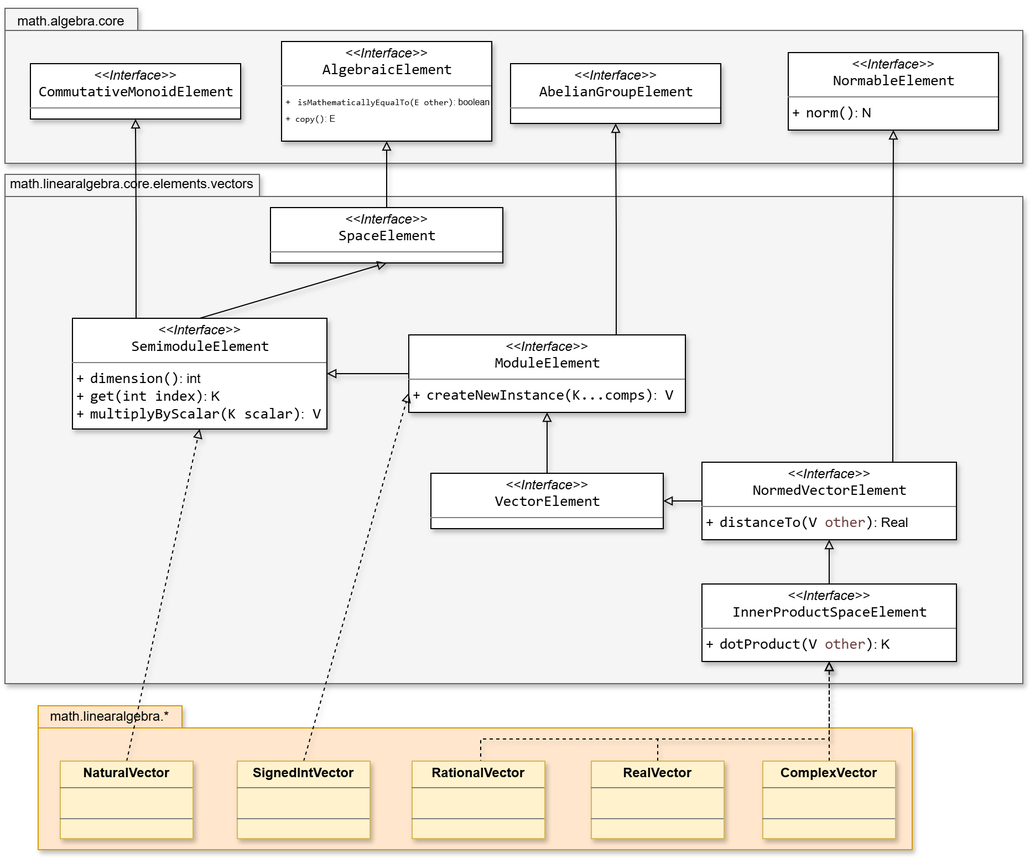
Earlier version of the draw.io export resources/SMFN-linearalgebra-vector-elements.drawio.png (gom9000/SMFN). Source tidied: cells renumbered, new cells last; positions are measured from the earlier drawing's top-left corner, leaving out a move shared by most shapes.
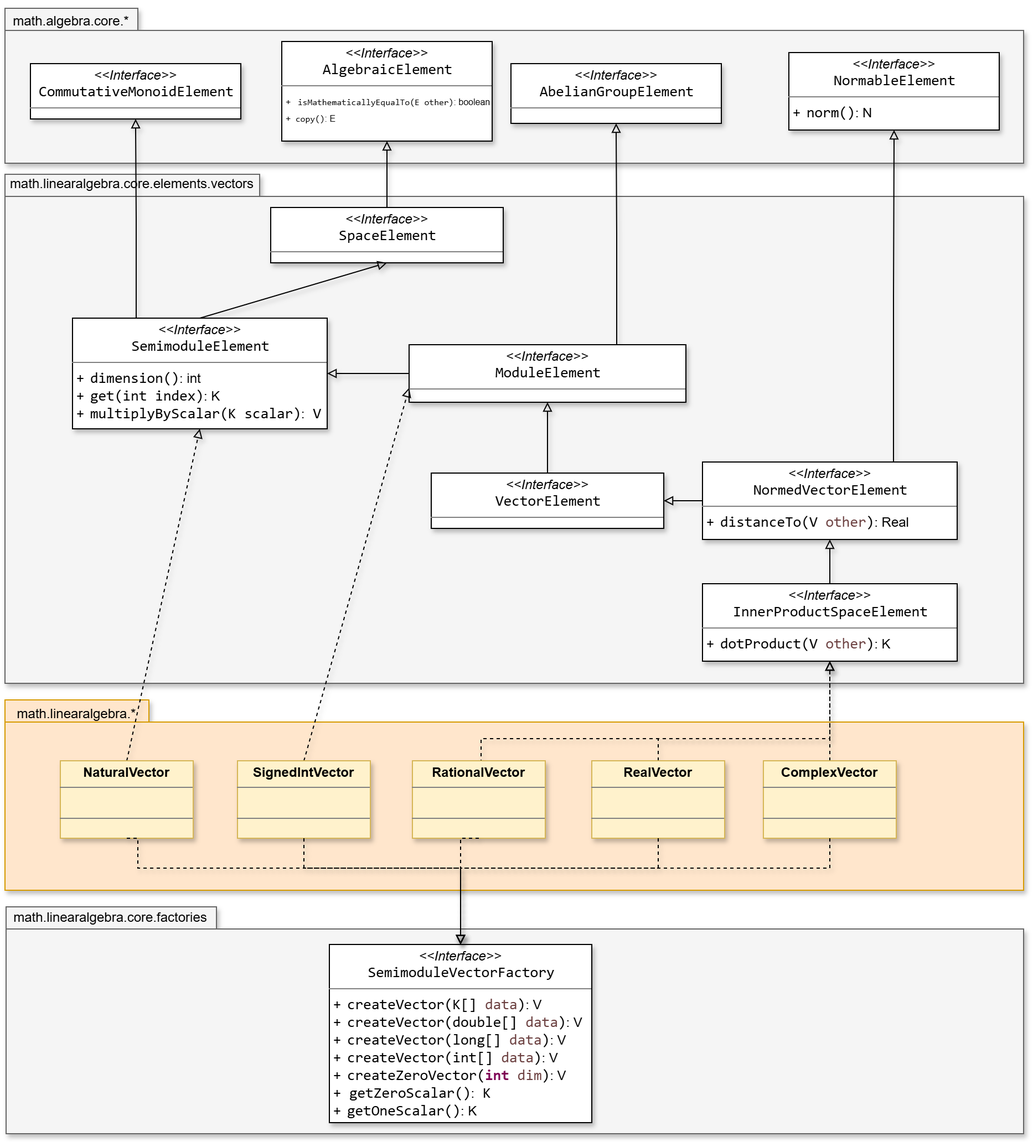
Above is the later version.

Diff of the diagram source:
```diff
@@ -9,7 +9,7 @@
       <mxGeometry y="3" width="920" height="140" as="geometry" />
     </mxCell>
     <mxCell id="4" style="shape=folder;fontStyle=1;spacingTop=10;tabWidth=130;tabHeight=20;tabPosition=left;html=1;whiteSpace=wrap;fillColor=#ffe6cc;strokeColor=#d79b00;shadow=1;" parent="1" vertex="1">
-      <mxGeometry x="30" y="633" width="790" height="130" as="geometry" />
+      <mxGeometry y="628" width="920" height="172" as="geometry" />
     </mxCell>
     <mxCell id="5" style="edgeStyle=orthogonalEdgeStyle;rounded=0;jettySize=auto;html=1;exitX=0.5;exitY=0;exitDx=0;exitDy=0;entryX=0.5;entryY=1;entryDx=0;entryDy=0;endArrow=block;endFill=0;shadow=1;" parent="1" edge="1" source="6" target="7">
       <mxGeometry relative="1" as="geometry" />
@@ -38,8 +38,8 @@
     <mxCell id="13" style="edgeStyle=orthogonalEdgeStyle;rounded=0;jettySize=auto;html=1;exitX=0;exitY=0.5;exitDx=0;exitDy=0;entryX=1;entryY=0.5;entryDx=0;entryDy=0;strokeColor=default;align=center;verticalAlign=middle;fontFamily=Helvetica;fontSize=11;fontColor=default;labelBackgroundColor=default;endArrow=block;endFill=0;shadow=1;" parent="1" edge="1" source="14" target="10">
       <mxGeometry relative="1" as="geometry" />
     </mxCell>
-    <mxCell id="14" value="&lt;p style=&quot;margin:0px;margin-top:4px;text-align:center;&quot;&gt;&lt;i&gt;&amp;lt;&amp;lt;Interface&amp;gt;&amp;gt;&lt;/i&gt;&lt;br&gt;&lt;span style=&quot;padding: 0px 0px 0px 2px;&quot;&gt;&lt;span style=&quot;font-family: Consolas; font-size: 10pt; white-space: pre;&quot;&gt;&lt;span style=&quot;&quot;&gt;ModuleElement&lt;/span&gt;&lt;/span&gt;&lt;/span&gt;&lt;/p&gt;&lt;hr size=&quot;1&quot; style=&quot;border-style:solid;&quot;&gt;&lt;p style=&quot;margin:0px;margin-left:4px;&quot;&gt;&lt;/p&gt;&lt;p style=&quot;margin:0px;margin-left:4px;&quot;&gt;&lt;span style=&quot;background-color: transparent; color: light-dark(rgb(0, 0, 0), rgb(255, 255, 255));&quot;&gt;+&amp;nbsp;&lt;/span&gt;&lt;span style=&quot;color: light-dark(rgb(0, 0, 0), rgb(255, 255, 255)); background-color: rgb(255, 255, 255); padding: 0px 0px 0px 2px;&quot;&gt;&lt;span style=&quot;font-family: Consolas; font-size: 10pt; white-space-collapse: preserve;&quot;&gt;createNewInstance(K...comps)&lt;/span&gt;&lt;/span&gt;&lt;span style=&quot;background-color: transparent; color: light-dark(rgb(0, 0, 0), rgb(255, 255, 255)); font-family: Consolas; font-size: 10pt; white-space: pre;&quot;&gt;&lt;span style=&quot;font-family: Helvetica; font-size: 12px; white-space: normal;&quot;&gt;:&lt;/span&gt; V&lt;/span&gt;&lt;/p&gt;" style="verticalAlign=top;align=left;overflow=fill;html=1;whiteSpace=wrap;labelBackgroundColor=none;shadow=1;" parent="1" vertex="1">
-      <mxGeometry x="365" y="298" width="250" height="70" as="geometry" />
+    <mxCell id="14" value="&lt;p style=&quot;margin:0px;margin-top:4px;text-align:center;&quot;&gt;&lt;i&gt;&amp;lt;&amp;lt;Interface&amp;gt;&amp;gt;&lt;/i&gt;&lt;br&gt;&lt;span style=&quot;padding: 0px 0px 0px 2px;&quot;&gt;&lt;span style=&quot;font-family: Consolas; font-size: 10pt; white-space: pre;&quot;&gt;&lt;span style=&quot;&quot;&gt;ModuleElement&lt;/span&gt;&lt;/span&gt;&lt;/span&gt;&lt;/p&gt;&lt;hr size=&quot;1&quot; style=&quot;border-style:solid;&quot;&gt;&lt;p style=&quot;margin:0px;margin-left:4px;&quot;&gt;&lt;/p&gt;&lt;p style=&quot;margin:0px;margin-left:4px;&quot;&gt;&lt;br&gt;&lt;/p&gt;" style="verticalAlign=top;align=left;overflow=fill;html=1;whiteSpace=wrap;labelBackgroundColor=none;shadow=1;" parent="1" vertex="1">
+      <mxGeometry x="365" y="307" width="250" height="52" as="geometry" />
     </mxCell>
     <mxCell id="15" value="&lt;p style=&quot;margin:0px;margin-top:4px;text-align:center;&quot;&gt;&lt;i&gt;&amp;lt;&amp;lt;Interface&amp;gt;&amp;gt;&lt;/i&gt;&lt;br&gt;&lt;span style=&quot;padding: 0px 0px 0px 2px;&quot;&gt;&lt;span style=&quot;font-family: Consolas; font-size: 10pt; white-space: pre;&quot;&gt;&lt;span style=&quot;&quot;&gt;AbelianGroupElement&lt;/span&gt;&lt;/span&gt;&lt;/span&gt;&lt;/p&gt;&lt;hr size=&quot;1&quot; style=&quot;border-style:solid;&quot;&gt;&lt;p style=&quot;margin:0px;margin-left:4px;&quot;&gt;&lt;/p&gt;&lt;p style=&quot;margin:0px;margin-left:4px;&quot;&gt;&lt;br&gt;&lt;/p&gt;" style="verticalAlign=top;align=left;overflow=fill;html=1;whiteSpace=wrap;labelBackgroundColor=none;shadow=1;" parent="1" vertex="1">
       <mxGeometry x="457" y="53" width="190" height="54" as="geometry" />
@@ -109,13 +109,62 @@
       <mxGeometry x="685" y="683" width="120" height="70" as="geometry" />
     </mxCell>
     <mxCell id="34" value="math.linearalgebra.*" style="text;html=1;whiteSpace=wrap;strokeColor=none;fillColor=none;align=center;verticalAlign=middle;rounded=0;shadow=1;" parent="1" vertex="1">
-      <mxGeometry x="40" y="628" width="110" height="30" as="geometry" />
+      <mxGeometry x="10" y="626" width="110" height="30" as="geometry" />
     </mxCell>
-    <mxCell id="35" value="math.algebra.core" style="text;html=1;whiteSpace=wrap;strokeColor=none;fillColor=none;align=center;verticalAlign=middle;rounded=0;shadow=1;" parent="1" vertex="1">
+    <mxCell id="35" value="math.algebra.core.*" style="text;html=1;whiteSpace=wrap;strokeColor=none;fillColor=none;align=center;verticalAlign=middle;rounded=0;shadow=1;" parent="1" vertex="1">
       <mxGeometry width="120" height="30" as="geometry" />
     </mxCell>
     <mxCell id="36" value="math.linearalgebra.core.elements.vectors" style="text;html=1;whiteSpace=wrap;strokeColor=none;fillColor=none;align=center;verticalAlign=middle;rounded=0;shadow=1;" parent="1" vertex="1">
       <mxGeometry y="147" width="230" height="30" as="geometry" />
     </mxCell>
+    <mxCell id="37" style="shape=folder;fontStyle=1;spacingTop=10;tabWidth=190;tabHeight=20;tabPosition=left;html=1;whiteSpace=wrap;fillColor=#f5f5f5;fontColor=#333333;strokeColor=#666666;shadow=1;" parent="1" vertex="1">
+      <mxGeometry x="1" y="815" width="919" height="205" as="geometry" />
+    </mxCell>
+    <mxCell id="38" value="&lt;p style=&quot;margin:0px;margin-top:4px;text-align:center;&quot;&gt;&lt;i&gt;&amp;lt;&amp;lt;Interface&amp;gt;&amp;gt;&lt;/i&gt;&lt;br&gt;&lt;span style=&quot;padding: 0px 0px 0px 2px;&quot;&gt;&lt;span style=&quot;font-family: Consolas; font-size: 10pt; white-space: pre;&quot;&gt;&lt;span style=&quot;&quot;&gt;SemimoduleVectorFactory&lt;/span&gt;&lt;/span&gt;&lt;/span&gt;&lt;/p&gt;&lt;hr size=&quot;1&quot; style=&quot;border-style:solid;&quot;&gt;&lt;p style=&quot;margin:0px;margin-left:4px;&quot;&gt;&lt;/p&gt;&lt;p style=&quot;margin:0px;margin-left:4px;&quot;&gt;+&amp;nbsp;&lt;span style=&quot;background-color:#ffffff;padding:0px 0px 0px 2px;&quot;&gt;&lt;span style=&quot;font-family: Consolas; font-size: 10pt; white-space: pre;&quot;&gt;createVector(K[] &lt;span style=&quot;color:#6a3e3e;&quot;&gt;data&lt;/span&gt;)&lt;/span&gt;&lt;/span&gt;: V&lt;/p&gt;&lt;p style=&quot;margin:0px;margin-left:4px;&quot;&gt;+&amp;nbsp;&lt;span style=&quot;background-color: rgb(255, 255, 255); padding: 0px 0px 0px 2px;&quot;&gt;&lt;span style=&quot;font-family: Consolas; font-size: 10pt; white-space: pre;&quot;&gt;createVector(double[] &lt;span style=&quot;color: rgb(106, 62, 62);&quot;&gt;data&lt;/span&gt;)&lt;/span&gt;&lt;/span&gt;: V&lt;/p&gt;&lt;p style=&quot;margin:0px;margin-left:4px;&quot;&gt;+&amp;nbsp;&lt;span style=&quot;background-color: rgb(255, 255, 255); padding: 0px 0px 0px 2px;&quot;&gt;&lt;span style=&quot;font-family: Consolas; font-size: 10pt; white-space: pre;&quot;&gt;createVector(long[] &lt;span style=&quot;color: rgb(106, 62, 62);&quot;&gt;data&lt;/span&gt;)&lt;/span&gt;&lt;/span&gt;: V&lt;/p&gt;&lt;p style=&quot;margin:0px;margin-left:4px;&quot;&gt;+&amp;nbsp;&lt;span style=&quot;background-color: rgb(255, 255, 255); padding: 0px 0px 0px 2px;&quot;&gt;&lt;span style=&quot;font-family: Consolas; font-size: 10pt; white-space: pre;&quot;&gt;createVector(int[] &lt;span style=&quot;color: rgb(106, 62, 62);&quot;&gt;data&lt;/span&gt;)&lt;/span&gt;&lt;/span&gt;: V&lt;/p&gt;&lt;p style=&quot;margin:0px;margin-left:4px;&quot;&gt;+&amp;nbsp;&lt;span style=&quot;padding: 0px 0px 0px 2px;&quot;&gt;&lt;span style=&quot;font-family: Consolas; font-size: 10pt; white-space: pre;&quot;&gt;&lt;span&gt;createZeroVector&lt;/span&gt;&lt;span style=&quot;background-color: rgb(255, 255, 255);&quot;&gt;(&lt;/span&gt;&lt;span style=&quot;background-color: rgb(255, 255, 255); color: rgb(127, 0, 85); font-weight: bold;&quot;&gt;int&lt;/span&gt;&lt;span style=&quot;background-color: rgb(255, 255, 255);&quot;&gt; &lt;font color=&quot;#6a3e3e&quot;&gt;dim&lt;/font&gt;&lt;/span&gt;&lt;span style=&quot;background-color: rgb(255, 255, 255);&quot;&gt;)&lt;/span&gt;&lt;/span&gt;&lt;/span&gt;: V&lt;/p&gt;&lt;p style=&quot;margin:0px;margin-left:4px;&quot;&gt;+&amp;nbsp;&lt;span style=&quot;padding: 0px 0px 0px 2px; background-color: rgb(255, 255, 255);&quot;&gt;&lt;span style=&quot;padding: 0px 0px 0px 2px;&quot;&gt;&lt;span style=&quot;font-family: Consolas; font-size: 10pt; white-space: pre;&quot;&gt;&lt;span&gt;getZeroScalar&lt;/span&gt;&lt;/span&gt;&lt;/span&gt;&lt;span style=&quot;background-color: rgb(255, 255, 255); font-family: Consolas; font-size: 10pt; white-space-collapse: preserve;&quot;&gt;()&lt;/span&gt;&lt;/span&gt;&lt;span style=&quot;background-color: light-dark(#ffffff, var(--ge-dark-color, #121212)); color: light-dark(rgb(0, 0, 0), rgb(255, 255, 255)); font-family: Consolas; font-size: 10pt; white-space: pre;&quot;&gt;&lt;span style=&quot;font-family: Helvetica; font-size: 12px; white-space: normal;&quot;&gt;:&lt;/span&gt; K&lt;/span&gt;&lt;font style=&quot;background-color: light-dark(#ffffff, var(--ge-dark-color, #121212));&quot; face=&quot;Consolas&quot;&gt;&lt;span style=&quot;font-size: 13.3333px; white-space: pre;&quot;&gt;&lt;br&gt;&lt;/span&gt;&lt;/font&gt;+&amp;nbsp;&lt;span style=&quot;padding: 0px 0px 0px 2px;&quot;&gt;&lt;span style=&quot;font-family: Consolas; font-size: 10pt; white-space: pre;&quot;&gt;&lt;span&gt;getOneScalar&lt;/span&gt;&lt;span&gt;()&lt;/span&gt;&lt;/span&gt;&lt;/span&gt;: K&lt;/p&gt;&lt;p style=&quot;margin:0px;margin-left:4px;&quot;&gt;&lt;span style=&quot;color: light-dark(rgb(0, 0, 0), rgb(255, 255, 255)); font-family: Consolas; font-size: 10pt; white-space: pre;&quot;&gt;&lt;br&gt;&lt;/span&gt;&lt;/p&gt;" style="verticalAlign=top;align=left;overflow=fill;html=1;whiteSpace=wrap;labelBackgroundColor=none;shadow=1;" parent="1" vertex="1">
+      <mxGeometry x="293" y="849" width="237" height="161" as="geometry" />
+    </mxCell>
+    <mxCell id="39" value="math.linearalgebra.core.factories" style="text;html=1;whiteSpace=wrap;strokeColor=none;fillColor=none;align=center;verticalAlign=middle;rounded=0;shadow=1;" parent="1" vertex="1">
+      <mxGeometry y="810" width="191" height="30" as="geometry" />
+    </mxCell>
+    <mxCell id="40" style="edgeStyle=orthogonalEdgeStyle;rounded=0;jettySize=auto;html=1;exitX=0.5;exitY=1;exitDx=0;exitDy=0;entryX=0.5;entryY=0;entryDx=0;entryDy=0;shadow=1;dashed=1;strokeColor=default;align=center;verticalAlign=middle;fontFamily=Helvetica;fontSize=11;fontColor=default;labelBackgroundColor=default;endArrow=block;endFill=0;" parent="1" edge="1" source="25" target="38">
+      <mxGeometry relative="1" as="geometry">
+        <Array as="points">
+          <mxPoint x="120" y="753" />
+          <mxPoint x="120" y="780" />
+          <mxPoint x="412" y="780" />
+        </Array>
+      </mxGeometry>
+    </mxCell>
+    <mxCell id="41" style="edgeStyle=orthogonalEdgeStyle;rounded=0;jettySize=auto;html=1;exitX=0.5;exitY=1;exitDx=0;exitDy=0;entryX=0.5;entryY=0;entryDx=0;entryDy=0;shadow=1;dashed=1;strokeColor=default;align=center;verticalAlign=middle;fontFamily=Helvetica;fontSize=11;fontColor=default;labelBackgroundColor=default;endArrow=block;endFill=0;" parent="1" edge="1" source="27" target="38">
+      <mxGeometry relative="1" as="geometry">
+        <Array as="points">
+          <mxPoint x="270" y="780" />
+          <mxPoint x="412" y="780" />
+        </Array>
+      </mxGeometry>
+    </mxCell>
+    <mxCell id="42" style="edgeStyle=orthogonalEdgeStyle;rounded=0;jettySize=auto;html=1;exitX=0.5;exitY=1;exitDx=0;exitDy=0;entryX=0.5;entryY=0;entryDx=0;entryDy=0;shadow=1;dashed=1;strokeColor=default;align=center;verticalAlign=middle;fontFamily=Helvetica;fontSize=11;fontColor=default;labelBackgroundColor=default;endArrow=block;endFill=0;" parent="1" edge="1" source="29" target="38">
+      <mxGeometry relative="1" as="geometry">
+        <Array as="points">
+          <mxPoint x="411" y="753" />
+        </Array>
+      </mxGeometry>
+    </mxCell>
+    <mxCell id="43" style="edgeStyle=orthogonalEdgeStyle;rounded=0;jettySize=auto;html=1;exitX=0.5;exitY=1;exitDx=0;exitDy=0;entryX=0.5;entryY=0;entryDx=0;entryDy=0;shadow=1;dashed=1;strokeColor=default;align=center;verticalAlign=middle;fontFamily=Helvetica;fontSize=11;fontColor=default;labelBackgroundColor=default;endArrow=block;endFill=0;" parent="1" edge="1" source="31" target="38">
+      <mxGeometry relative="1" as="geometry">
+        <Array as="points">
+          <mxPoint x="590" y="780" />
+          <mxPoint x="412" y="780" />
+        </Array>
+      </mxGeometry>
+    </mxCell>
+    <mxCell id="44" style="edgeStyle=orthogonalEdgeStyle;rounded=0;jettySize=auto;html=1;exitX=0.5;exitY=1;exitDx=0;exitDy=0;entryX=0.5;entryY=0;entryDx=0;entryDy=0;shadow=1;dashed=1;strokeColor=default;align=center;verticalAlign=middle;fontFamily=Helvetica;fontSize=11;fontColor=default;labelBackgroundColor=default;endArrow=block;endFill=0;" parent="1" edge="1" source="33" target="38">
+      <mxGeometry relative="1" as="geometry">
+        <Array as="points">
+          <mxPoint x="745" y="780" />
+          <mxPoint x="412" y="780" />
+        </Array>
+      </mxGeometry>
+    </mxCell>
   </root>
 </mxGraphModel>
```
